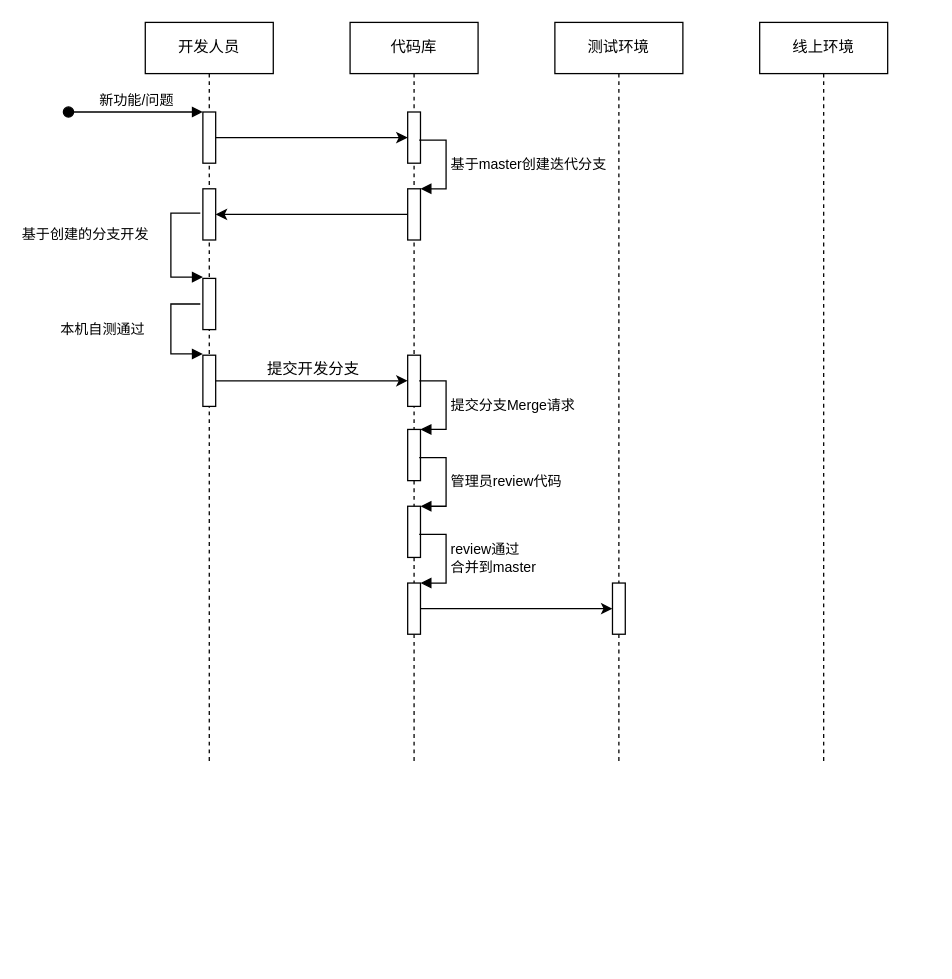
Earlier version of the draw.io diagram devflow.drawio (trey03/draw). Source tidied: cells renumbered, new cells numbered last; positions are measured from the earlier drawing's top-left corner, leaving out a move shared by most shapes. Both pictures are drawn from the tidied source at 128%, with x=0, y=0 at pixel (68, 22).
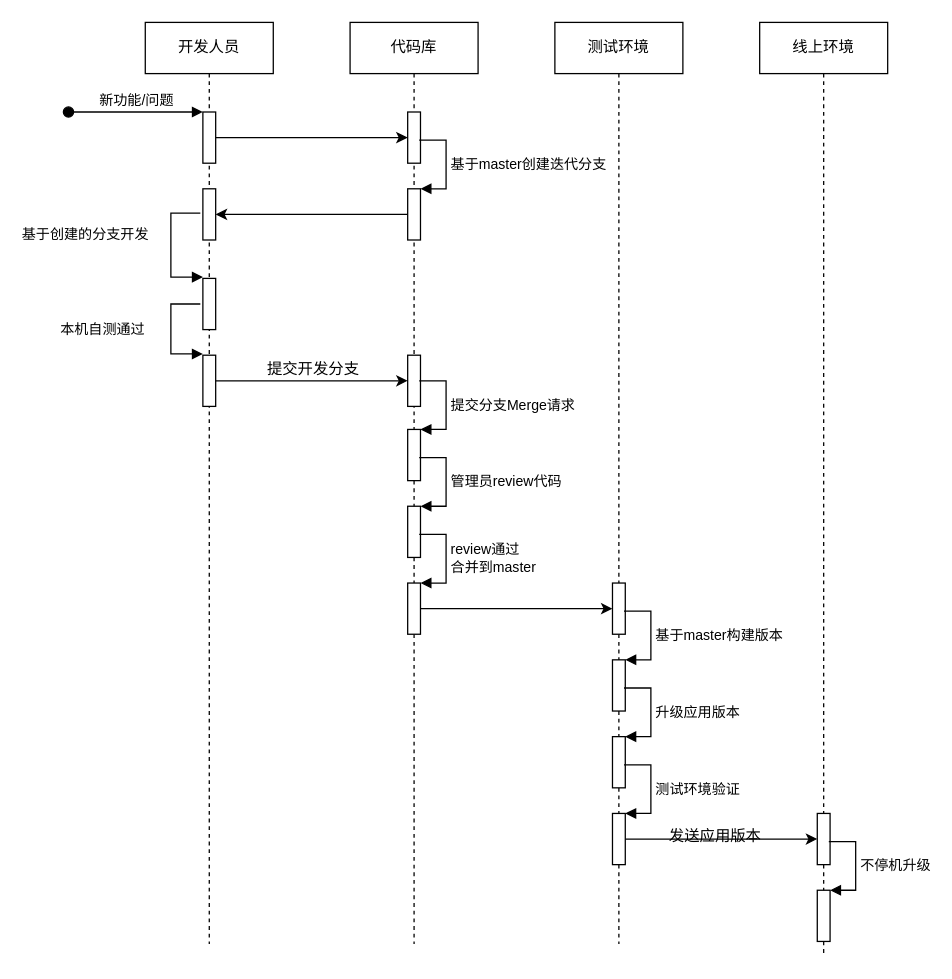
Above is the later version.

What changed in the source:
```diff
@@
     <mxCell id="2" value="开发人员" style="shape=umlLifeline;perimeter=lifelinePerimeter;whiteSpace=wrap;html=1;" parent="1" vertex="1">
-      <mxGeometry x="60" width="100" height="580" as="geometry" />
+      <mxGeometry x="60" width="100" height="720" as="geometry" />
     </mxCell>
@@
     <mxCell id="10" value="代码库" style="shape=umlLifeline;perimeter=lifelinePerimeter;whiteSpace=wrap;html=1;" parent="1" vertex="1">
-      <mxGeometry x="220" width="100" height="580" as="geometry" />
+      <mxGeometry x="220" width="100" height="720" as="geometry" />
     </mxCell>
@@
     <mxCell id="21" value="测试环境" style="shape=umlLifeline;perimeter=lifelinePerimeter;whiteSpace=wrap;html=1;" parent="1" vertex="1">
-      <mxGeometry x="380" width="100" height="580" as="geometry" />
+      <mxGeometry x="380" width="100" height="720" as="geometry" />
     </mxCell>
@@
+    <mxCell id="29" style="html=1;points=[];perimeter=orthogonalPerimeter;" parent="21" vertex="1">
+      <mxGeometry x="45" y="498" width="10" height="40" as="geometry" />
+    </mxCell>
+    <mxCell id="30" value="基于master构建版本" style="edgeStyle=orthogonalEdgeStyle;html=1;align=left;spacingLeft=2;endArrow=block;rounded=0;entryX=1;entryY=0;exitX=0.9;exitY=0.55;exitDx=0;exitDy=0;exitPerimeter=0;" parent="21" edge="1" target="29">
+      <mxGeometry relative="1" as="geometry">
+        <mxPoint x="54" y="460" as="sourcePoint" />
+        <Array as="points">
+          <mxPoint x="75" y="460" />
+          <mxPoint x="75" y="498" />
+        </Array>
+      </mxGeometry>
+    </mxCell>
+    <mxCell id="31" style="html=1;points=[];perimeter=orthogonalPerimeter;" parent="21" vertex="1">
+      <mxGeometry x="45" y="558" width="10" height="40" as="geometry" />
+    </mxCell>
+    <mxCell id="32" value="升级应用版本" style="edgeStyle=orthogonalEdgeStyle;html=1;align=left;spacingLeft=2;endArrow=block;rounded=0;entryX=1;entryY=0;exitX=0.9;exitY=0.55;exitDx=0;exitDy=0;exitPerimeter=0;" parent="21" edge="1" target="31">
+      <mxGeometry relative="1" as="geometry">
+        <mxPoint x="54" y="520" as="sourcePoint" />
+        <Array as="points">
+          <mxPoint x="75" y="520" />
+          <mxPoint x="75" y="558" />
+        </Array>
+      </mxGeometry>
+    </mxCell>
+    <mxCell id="33" style="html=1;points=[];perimeter=orthogonalPerimeter;" parent="21" vertex="1">
+      <mxGeometry x="45" y="618" width="10" height="40" as="geometry" />
+    </mxCell>
+    <mxCell id="34" value="测试环境验证" style="edgeStyle=orthogonalEdgeStyle;html=1;align=left;spacingLeft=2;endArrow=block;rounded=0;entryX=1;entryY=0;exitX=0.9;exitY=0.55;exitDx=0;exitDy=0;exitPerimeter=0;" parent="21" edge="1" target="33">
+      <mxGeometry relative="1" as="geometry">
+        <mxPoint x="54" y="580" as="sourcePoint" />
+        <Array as="points">
+          <mxPoint x="75" y="580" />
+          <mxPoint x="75" y="618" />
+        </Array>
+      </mxGeometry>
+    </mxCell>
     <mxCell id="23" value="线上环境" style="shape=umlLifeline;perimeter=lifelinePerimeter;whiteSpace=wrap;html=1;" parent="1" vertex="1">
-      <mxGeometry x="540" width="100" height="580" as="geometry" />
+      <mxGeometry x="540" width="100" height="730" as="geometry" />
     </mxCell>
+    <mxCell id="35" style="html=1;points=[];perimeter=orthogonalPerimeter;" parent="23" vertex="1">
+      <mxGeometry x="45" y="618" width="10" height="40" as="geometry" />
+    </mxCell>
+    <mxCell id="36" style="html=1;points=[];perimeter=orthogonalPerimeter;" parent="23" vertex="1">
+      <mxGeometry x="45" y="678" width="10" height="40" as="geometry" />
+    </mxCell>
+    <mxCell id="37" value="不停机升级" style="edgeStyle=orthogonalEdgeStyle;html=1;align=left;spacingLeft=2;endArrow=block;rounded=0;entryX=1;entryY=0;exitX=0.9;exitY=0.55;exitDx=0;exitDy=0;exitPerimeter=0;" parent="23" edge="1" target="36">
+      <mxGeometry relative="1" as="geometry">
+        <mxPoint x="54" y="640" as="sourcePoint" />
+        <Array as="points">
+          <mxPoint x="75" y="640" />
+          <mxPoint x="75" y="678" />
+        </Array>
+      </mxGeometry>
+    </mxCell>
@@
+    <mxCell id="38" style="edgeStyle=orthogonalEdgeStyle;rounded=0;jettySize=auto;html=1;" parent="1" edge="1" source="33" target="35">
+      <mxGeometry relative="1" as="geometry" />
+    </mxCell>
+    <mxCell id="39" value="发送应用版本" style="text;html=1;align=center;verticalAlign=middle;" parent="38" vertex="1">
+      <mxGeometry x="-0.08" y="3" relative="1" as="geometry" />
+    </mxCell>
```
